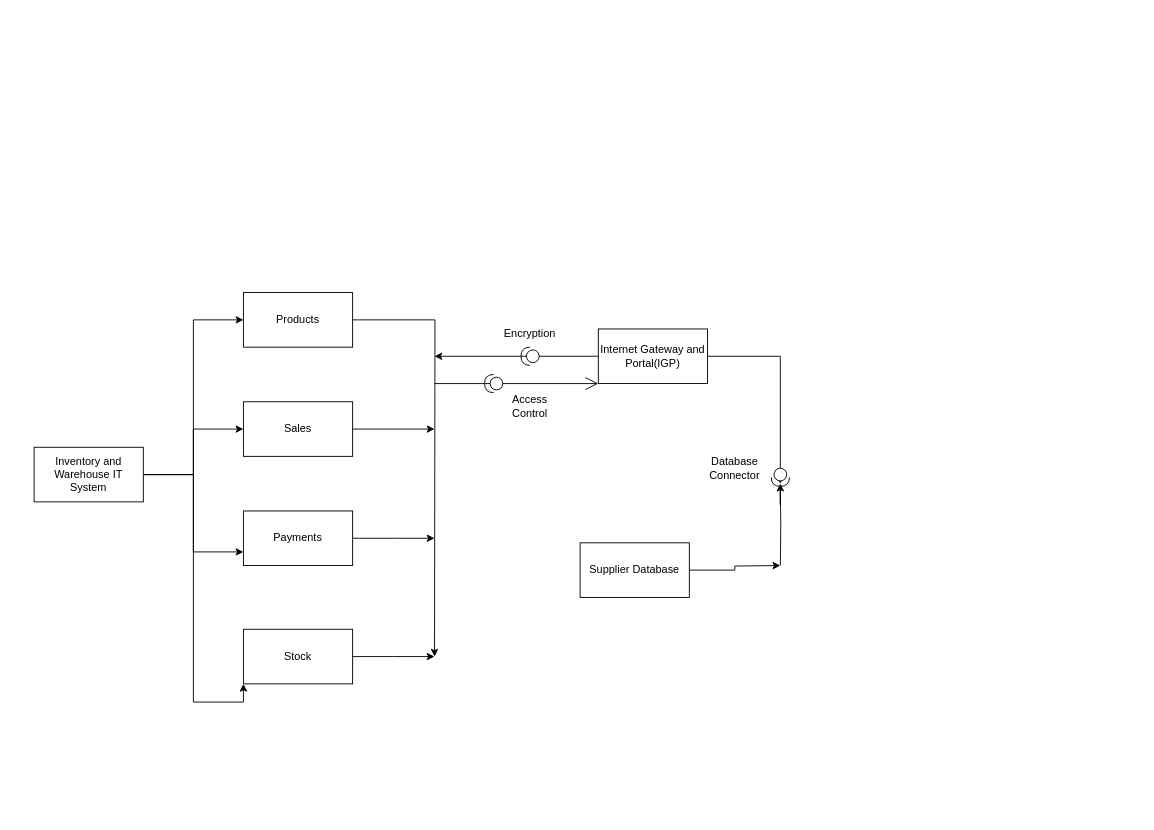
Phineas94/Data-Science-Project keeps this draw.io diagram as Untitled Diagram.drawio. Above is the earlier version. Source tidied: cells renumbered, new cells numbered last; positions are measured from the earlier drawing's top-left corner, leaving out a move shared by most shapes. Both pictures are drawn from the tidied source at 91%, with x=0, y=0 at pixel (34, 292).
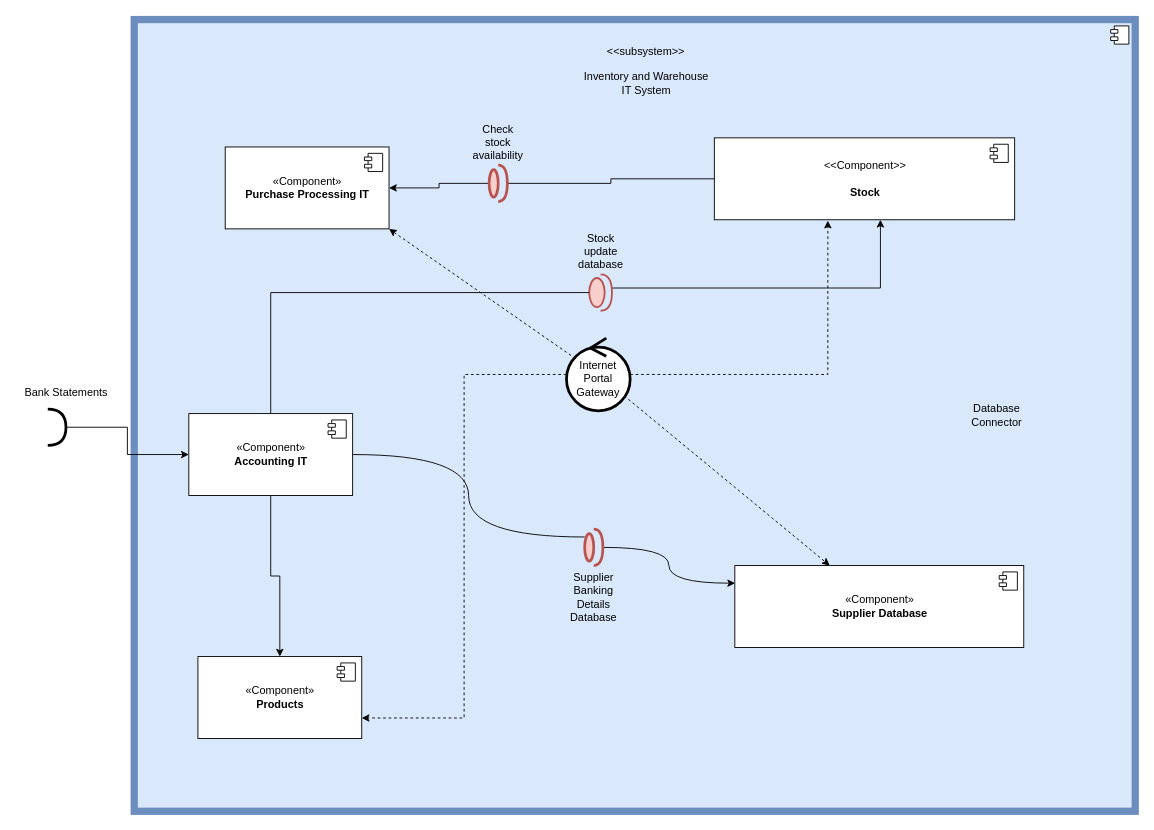
Above is the later version.

Diff of the diagram source:
```diff
@@
-    <mxCell id="2" style="edgeStyle=orthogonalEdgeStyle;rounded=0;jettySize=auto;html=1;" parent="1" edge="1" source="6" target="10">
-      <mxGeometry relative="1" as="geometry" />
-    </mxCell>
-    <mxCell id="3" style="edgeStyle=orthogonalEdgeStyle;rounded=0;jettySize=auto;html=1;entryX=0;entryY=0.75;entryDx=0;entryDy=0;" parent="1" edge="1" source="6" target="12">
-      <mxGeometry relative="1" as="geometry" />
-    </mxCell>
-    <mxCell id="4" style="edgeStyle=orthogonalEdgeStyle;rounded=0;jettySize=auto;html=1;entryX=0;entryY=0.5;entryDx=0;entryDy=0;" parent="1" edge="1" source="6" target="8">
-      <mxGeometry relative="1" as="geometry" />
-    </mxCell>
-    <mxCell id="5" style="edgeStyle=orthogonalEdgeStyle;rounded=0;jettySize=auto;html=1;entryX=0;entryY=1;entryDx=0;entryDy=0;" parent="1" edge="1" source="6" target="14">
-      <mxGeometry relative="1" as="geometry" />
-    </mxCell>
+    <mxCell id="16" style="edgeStyle=orthogonalEdgeStyle;rounded=0;orthogonalLoop=1;jettySize=auto;html=1;startArrow=none;" parent="1" edge="1">
+      <mxGeometry relative="1" as="geometry">
+        <mxPoint x="820" y="213" as="sourcePoint" />
+        <mxPoint x="820" y="210" as="targetPoint" />
+      </mxGeometry>
+    </mxCell>
+    <mxCell id="30" style="html=1;fillColor=#dae8fc;strokeColor=#6c8ebf;strokeWidth=8;" parent="1" vertex="1">
+      <mxGeometry x="110" y="-300" width="1100" height="870" as="geometry" />
+    </mxCell>
+    <mxCell id="31" style="shape=module;jettyWidth=8;jettyHeight=4;" parent="30" vertex="1">
+      <mxGeometry x="1" width="20" height="20" relative="1" as="geometry">
+        <mxPoint x="-27" y="7" as="offset" />
+      </mxGeometry>
+    </mxCell>
-    <mxCell id="6" value="Inventory and Warehouse IT System" style="rounded=0;whiteSpace=wrap;html=1;" parent="1" vertex="1">
-      <mxGeometry y="170" width="120" height="60" as="geometry" />
+    <mxCell id="6" value="Inventory and Warehouse IT System" style="text;strokeColor=none;align=center;fillColor=none;html=1;verticalAlign=middle;whiteSpace=wrap;rounded=0;" parent="1" vertex="1">
+      <mxGeometry x="597.5" y="-240" width="150" height="20" as="geometry" />
     </mxCell>
-    <mxCell id="7" style="edgeStyle=orthogonalEdgeStyle;rounded=0;jettySize=auto;html=1;" parent="1" edge="1" source="8">
-      <mxGeometry relative="1" as="geometry">
-        <mxPoint x="440" y="400" as="targetPoint" />
-      </mxGeometry>
-    </mxCell>
-    <mxCell id="8" value="Products" style="rounded=0;whiteSpace=wrap;html=1;" parent="1" vertex="1">
-      <mxGeometry x="230" width="120" height="60" as="geometry" />
-    </mxCell>
-    <mxCell id="9" style="edgeStyle=orthogonalEdgeStyle;rounded=0;jettySize=auto;html=1;" parent="1" edge="1" source="10">
-      <mxGeometry relative="1" as="geometry">
-        <mxPoint x="440" y="150" as="targetPoint" />
-      </mxGeometry>
-    </mxCell>
-    <mxCell id="10" value="Sales" style="rounded=0;whiteSpace=wrap;html=1;" parent="1" vertex="1">
-      <mxGeometry x="230" y="120" width="120" height="60" as="geometry" />
-    </mxCell>
-    <mxCell id="11" style="edgeStyle=orthogonalEdgeStyle;rounded=0;jettySize=auto;html=1;" parent="1" edge="1" source="12">
-      <mxGeometry relative="1" as="geometry">
-        <mxPoint x="440" y="270" as="targetPoint" />
-      </mxGeometry>
-    </mxCell>
-    <mxCell id="12" value="Payments" style="rounded=0;whiteSpace=wrap;html=1;" parent="1" vertex="1">
-      <mxGeometry x="230" y="240" width="120" height="60" as="geometry" />
-    </mxCell>
-    <mxCell id="13" style="edgeStyle=orthogonalEdgeStyle;rounded=0;jettySize=auto;html=1;" parent="1" edge="1" source="14">
-      <mxGeometry relative="1" as="geometry">
-        <mxPoint x="440" y="400" as="targetPoint" />
-      </mxGeometry>
-    </mxCell>
-    <mxCell id="14" value="Stock" style="rounded=0;whiteSpace=wrap;html=1;" parent="1" vertex="1">
-      <mxGeometry x="230" y="370" width="120" height="60" as="geometry" />
-    </mxCell>
-    <mxCell id="15" style="edgeStyle=orthogonalEdgeStyle;rounded=0;jettySize=auto;html=1;" parent="1" edge="1" source="17">
-      <mxGeometry relative="1" as="geometry">
-        <mxPoint x="440" y="70" as="targetPoint" />
-      </mxGeometry>
-    </mxCell>
-    <mxCell id="16" style="edgeStyle=orthogonalEdgeStyle;rounded=0;jettySize=auto;html=1;startArrow=none;" parent="1" edge="1" source="29">
-      <mxGeometry relative="1" as="geometry">
-        <mxPoint x="820" y="210" as="targetPoint" />
-      </mxGeometry>
-    </mxCell>
-    <mxCell id="17" value="Internet Gateway and Portal(IGP)" style="rounded=0;whiteSpace=wrap;html=1;" parent="1" vertex="1">
-      <mxGeometry x="620" y="40" width="120" height="60" as="geometry" />
-    </mxCell>
-    <mxCell id="18" style="edgeStyle=orthogonalEdgeStyle;rounded=0;jettySize=auto;html=1;" parent="1" edge="1" source="19">
-      <mxGeometry relative="1" as="geometry">
-        <mxPoint x="820" y="300" as="targetPoint" />
-      </mxGeometry>
-    </mxCell>
-    <mxCell id="19" value="Supplier Database" style="rounded=0;whiteSpace=wrap;html=1;" parent="1" vertex="1">
-      <mxGeometry x="600" y="275" width="120" height="60" as="geometry" />
-    </mxCell>
-    <mxCell id="20" style="shape=providedRequiredInterface;html=1;verticalLabelPosition=bottom;sketch=0;direction=west;" parent="1" vertex="1">
-      <mxGeometry x="535" y="60" width="20" height="20" as="geometry" />
-    </mxCell>
-    <mxCell id="21" style="edgeStyle=orthogonalEdgeStyle;rounded=0;jettySize=auto;html=1;exitX=0;exitY=0.5;exitDx=0;exitDy=0;exitPerimeter=0;startArrow=none;" parent="1" edge="1" source="29">
-      <mxGeometry relative="1" as="geometry">
-        <mxPoint x="820" y="210" as="targetPoint" />
-      </mxGeometry>
-    </mxCell>
-    <mxCell id="22" style="edgeStyle=orthogonalEdgeStyle;rounded=0;jettySize=auto;html=1;endArrow=none;" parent="1" edge="1" source="17" target="29">
-      <mxGeometry relative="1" as="geometry" />
-    </mxCell>
-    <mxCell id="23" value="Encryption" style="text;strokeColor=none;align=center;fillColor=none;html=1;verticalAlign=middle;whiteSpace=wrap;rounded=0;" parent="1" vertex="1">
-      <mxGeometry x="515" y="30" width="60" height="30" as="geometry" />
-    </mxCell>
-    <mxCell id="24" style="endArrow=open;endFill=1;endSize=12;html=1;rounded=0;" parent="1" edge="1">
-      <mxGeometry relative="1" as="geometry">
-        <mxPoint x="440" y="100" as="sourcePoint" />
-        <mxPoint x="620" y="100" as="targetPoint" />
-      </mxGeometry>
-    </mxCell>
-    <mxCell id="25" value="Access Control" style="text;strokeColor=none;align=center;fillColor=none;html=1;verticalAlign=middle;whiteSpace=wrap;rounded=0;" parent="1" vertex="1">
-      <mxGeometry x="515" y="110" width="60" height="30" as="geometry" />
-    </mxCell>
-    <mxCell id="26" style="shape=providedRequiredInterface;html=1;verticalLabelPosition=bottom;sketch=0;direction=west;" parent="1" vertex="1">
-      <mxGeometry x="495" y="90" width="20" height="20" as="geometry" />
-    </mxCell>
+    <mxCell id="32" value="&amp;lt;&amp;lt;subsystem&amp;gt;&amp;gt;" style="text;strokeColor=none;align=center;fillColor=none;html=1;verticalAlign=middle;whiteSpace=wrap;rounded=0;" parent="1" vertex="1">
+      <mxGeometry x="625" y="-280" width="95" height="30" as="geometry" />
+    </mxCell>
+    <mxCell id="33" style="edgeStyle=orthogonalEdgeStyle;rounded=0;jettySize=auto;html=1;entryX=1;entryY=0.5;entryDx=0;entryDy=0;startArrow=none;" parent="1" edge="1" source="59" target="41">
+      <mxGeometry relative="1" as="geometry" />
+    </mxCell>
+    <mxCell id="34" value="&amp;lt;&amp;lt;Component&amp;gt;&amp;gt;&lt;br&gt;&lt;br&gt;&lt;b&gt;Stock&lt;/b&gt;" style="html=1;" parent="1" vertex="1">
+      <mxGeometry x="747.5" y="-170" width="330" height="90" as="geometry" />
+    </mxCell>
+    <mxCell id="35" style="shape=module;jettyWidth=8;jettyHeight=4;" parent="34" vertex="1">
+      <mxGeometry x="1" width="20" height="20" relative="1" as="geometry">
+        <mxPoint x="-27" y="7" as="offset" />
+      </mxGeometry>
+    </mxCell>
+    <mxCell id="36" value="«Component»&lt;br&gt;&lt;b&gt;Products&lt;/b&gt;" style="html=1;" parent="1" vertex="1">
+      <mxGeometry x="180" y="400" width="180" height="90" as="geometry" />
+    </mxCell>
+    <mxCell id="37" style="shape=module;jettyWidth=8;jettyHeight=4;" parent="36" vertex="1">
+      <mxGeometry x="1" width="20" height="20" relative="1" as="geometry">
+        <mxPoint x="-27" y="7" as="offset" />
+      </mxGeometry>
+    </mxCell>
+    <mxCell id="38" style="edgeStyle=orthogonalEdgeStyle;rounded=0;jettySize=auto;html=1;entryX=0.001;entryY=0.215;entryDx=0;entryDy=0;entryPerimeter=0;curved=1;startArrow=none;" parent="1" edge="1" source="51" target="39">
+      <mxGeometry relative="1" as="geometry" />
+    </mxCell>
+    <mxCell id="39" value="«Component»&lt;br&gt;&lt;b&gt;Supplier Database&lt;/b&gt;" style="html=1;" parent="1" vertex="1">
+      <mxGeometry x="770" y="300" width="317.5" height="90" as="geometry" />
+    </mxCell>
+    <mxCell id="40" style="shape=module;jettyWidth=8;jettyHeight=4;" parent="39" vertex="1">
+      <mxGeometry x="1" width="20" height="20" relative="1" as="geometry">
+        <mxPoint x="-27" y="7" as="offset" />
+      </mxGeometry>
+    </mxCell>
+    <mxCell id="41" value="«Component»&lt;br&gt;&lt;b&gt;Purchase Processing IT&lt;/b&gt;" style="html=1;" parent="1" vertex="1">
+      <mxGeometry x="210" y="-160" width="180" height="90" as="geometry" />
+    </mxCell>
+    <mxCell id="42" style="shape=module;jettyWidth=8;jettyHeight=4;" parent="41" vertex="1">
+      <mxGeometry x="1" width="20" height="20" relative="1" as="geometry">
+        <mxPoint x="-27" y="7" as="offset" />
+      </mxGeometry>
+    </mxCell>
+    <mxCell id="43" style="edgeStyle=orthogonalEdgeStyle;rounded=0;jettySize=auto;html=1;" parent="1" edge="1" source="45" target="34">
+      <mxGeometry relative="1" as="geometry">
+        <Array as="points">
+          <mxPoint x="930" y="-5" />
+        </Array>
+      </mxGeometry>
+    </mxCell>
+    <mxCell id="44" style="edgeStyle=orthogonalEdgeStyle;rounded=0;jettySize=auto;html=1;startArrow=none;" parent="1" edge="1" source="62" target="36">
+      <mxGeometry relative="1" as="geometry" />
+    </mxCell>
+    <mxCell id="45" style="shape=providedRequiredInterface;html=1;verticalLabelPosition=bottom;sketch=0;strokeWidth=2;fillColor=#f8cecc;strokeColor=#b85450;" parent="1" vertex="1">
+      <mxGeometry x="610" y="-20" width="25" height="40" as="geometry" />
+    </mxCell>
+    <mxCell id="46" value="Stock update database&lt;br&gt;" style="text;strokeColor=none;align=center;fillColor=none;html=1;verticalAlign=middle;whiteSpace=wrap;rounded=0;" parent="1" vertex="1">
+      <mxGeometry x="592.5" y="-60" width="60" height="30" as="geometry" />
+    </mxCell>
-    <mxCell id="27" value="Database&lt;br&gt;Connector" style="text;strokeColor=none;align=center;fillColor=none;html=1;verticalAlign=middle;whiteSpace=wrap;rounded=0;" parent="1" vertex="1">
-      <mxGeometry x="740" y="178" width="60" height="30" as="geometry" />
+    <mxCell id="27" value="Database Connector" style="text;strokeColor=none;align=center;fillColor=none;html=1;verticalAlign=middle;whiteSpace=wrap;rounded=0;" parent="1" vertex="1">
+      <mxGeometry x="1027.5" y="120" width="60" height="30" as="geometry" />
     </mxCell>
-    <mxCell id="28" style="edgeStyle=orthogonalEdgeStyle;rounded=0;jettySize=auto;html=1;exitX=0;exitY=0.5;exitDx=0;exitDy=0;exitPerimeter=0;endArrow=none;" parent="1" edge="1" target="29">
-      <mxGeometry relative="1" as="geometry">
-        <mxPoint x="820" y="300" as="sourcePoint" />
-      </mxGeometry>
-    </mxCell>
-    <mxCell id="29" style="shape=providedRequiredInterface;html=1;verticalLabelPosition=bottom;sketch=0;direction=south;" parent="1" vertex="1">
-      <mxGeometry x="810" y="193" width="20" height="20" as="geometry" />
-    </mxCell>
+    <mxCell id="47" style="edgeStyle=orthogonalEdgeStyle;rounded=0;jettySize=auto;html=1;" parent="1" edge="1" source="48" target="62">
+      <mxGeometry relative="1" as="geometry" />
+    </mxCell>
+    <mxCell id="48" style="shape=requiredInterface;html=1;verticalLabelPosition=bottom;sketch=0;strokeWidth=3;" parent="1" vertex="1">
+      <mxGeometry x="15" y="128" width="20" height="40" as="geometry" />
+    </mxCell>
+    <mxCell id="49" value="Bank Statements" style="text;html=1;align=center;verticalAlign=middle;strokeColor=none;fillColor=none;" parent="1" vertex="1">
+      <mxGeometry x="-20" y="95" width="110" height="30" as="geometry" />
+    </mxCell>
+    <mxCell id="50" style="edgeStyle=orthogonalEdgeStyle;rounded=0;jettySize=auto;html=1;entryX=0.001;entryY=0.215;entryDx=0;entryDy=0;entryPerimeter=0;curved=1;endArrow=none;" parent="1" edge="1" source="62" target="51">
+      <mxGeometry relative="1" as="geometry" />
+    </mxCell>
+    <mxCell id="51" style="shape=providedRequiredInterface;html=1;verticalLabelPosition=bottom;sketch=0;strokeWidth=3;fillColor=#f8cecc;strokeColor=#b85450;" parent="1" vertex="1">
+      <mxGeometry x="605" y="260" width="20" height="40" as="geometry" />
+    </mxCell>
+    <mxCell id="52" value="Supplier Banking Details Database&lt;br&gt;" style="text;strokeColor=none;align=center;fillColor=none;html=1;verticalAlign=middle;whiteSpace=wrap;rounded=0;" parent="1" vertex="1">
+      <mxGeometry x="585" y="320" width="60" height="30" as="geometry" />
+    </mxCell>
+    <mxCell id="53" style="rounded=0;jettySize=auto;html=1;entryX=0.378;entryY=1.011;entryDx=0;entryDy=0;entryPerimeter=0;edgeStyle=orthogonalEdgeStyle;dashed=1;" parent="1" edge="1" source="57" target="34">
+      <mxGeometry relative="1" as="geometry" />
+    </mxCell>
+    <mxCell id="54" style="rounded=0;jettySize=auto;html=1;dashed=1;" parent="1" edge="1" source="57" target="39">
+      <mxGeometry relative="1" as="geometry" />
+    </mxCell>
+    <mxCell id="55" style="edgeStyle=orthogonalEdgeStyle;rounded=0;jettySize=auto;html=1;entryX=1;entryY=0.75;entryDx=0;entryDy=0;dashed=1;" parent="1" edge="1" source="57" target="36">
+      <mxGeometry relative="1" as="geometry" />
+    </mxCell>
+    <mxCell id="56" style="edgeStyle=none;rounded=0;jettySize=auto;html=1;entryX=1;entryY=1;entryDx=0;entryDy=0;dashed=1;" parent="1" edge="1" source="57" target="41">
+      <mxGeometry relative="1" as="geometry" />
+    </mxCell>
+    <mxCell id="57" value="Internet Portal Gateway" style="ellipse;shape=umlControl;whiteSpace=wrap;html=1;strokeWidth=3;" parent="1" vertex="1">
+      <mxGeometry x="585" y="50" width="70" height="80" as="geometry" />
+    </mxCell>
+    <mxCell id="58" style="edgeStyle=orthogonalEdgeStyle;rounded=0;jettySize=auto;html=1;entryX=1;entryY=0.5;entryDx=0;entryDy=0;endArrow=none;" parent="1" edge="1" source="34" target="59">
+      <mxGeometry relative="1" as="geometry" />
+    </mxCell>
+    <mxCell id="59" style="shape=providedRequiredInterface;html=1;verticalLabelPosition=bottom;sketch=0;strokeWidth=3;fillColor=#f8cecc;strokeColor=#b85450;" parent="1" vertex="1">
+      <mxGeometry x="500" y="-140" width="20" height="40" as="geometry" />
+    </mxCell>
+    <mxCell id="60" value="Check stock availability" style="text;strokeColor=none;align=center;fillColor=none;html=1;verticalAlign=middle;whiteSpace=wrap;rounded=0;" parent="1" vertex="1">
+      <mxGeometry x="480" y="-180" width="60" height="30" as="geometry" />
+    </mxCell>
+    <mxCell id="61" style="edgeStyle=orthogonalEdgeStyle;rounded=0;jettySize=auto;html=1;endArrow=none;" parent="1" edge="1" source="45" target="62">
+      <mxGeometry relative="1" as="geometry" />
+    </mxCell>
+    <mxCell id="62" value="«Component»&lt;br&gt;&lt;b&gt;Accounting IT&lt;br&gt;&lt;/b&gt;" style="html=1;" parent="1" vertex="1">
+      <mxGeometry x="170" y="133" width="180" height="90" as="geometry" />
+    </mxCell>
+    <mxCell id="63" style="shape=module;jettyWidth=8;jettyHeight=4;" parent="62" vertex="1">
+      <mxGeometry x="1" width="20" height="20" relative="1" as="geometry">
+        <mxPoint x="-27" y="7" as="offset" />
+      </mxGeometry>
+    </mxCell>
+    <mxCell id="64" style="edgeStyle=orthogonalEdgeStyle;rounded=0;orthogonalLoop=1;jettySize=auto;html=1;exitX=1;exitY=0.5;exitDx=0;exitDy=0;exitPerimeter=0;dashed=1;" parent="1" edge="1">
+      <mxGeometry relative="1" as="geometry">
+        <mxPoint x="1005" y="130" as="sourcePoint" />
+        <mxPoint x="1005" y="130" as="targetPoint" />
+      </mxGeometry>
+    </mxCell>
```
